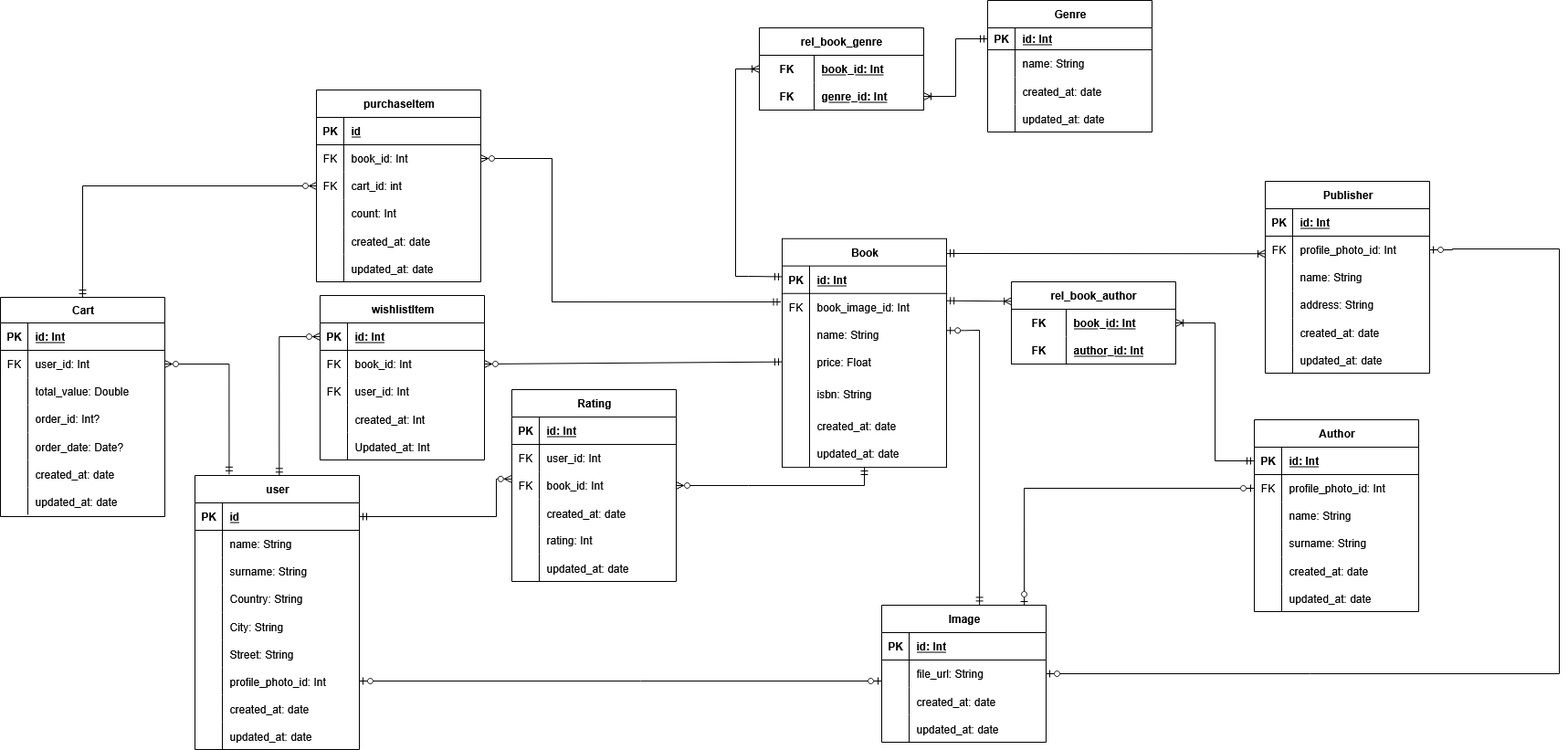
Earlier version of the draw.io export assets/erd.png (Gr-mm56/Bookhub-school-project). Source tidied: cells renumbered, new cells last; positions are measured from the earlier drawing's top-left corner, leaving out a move shared by most shapes.
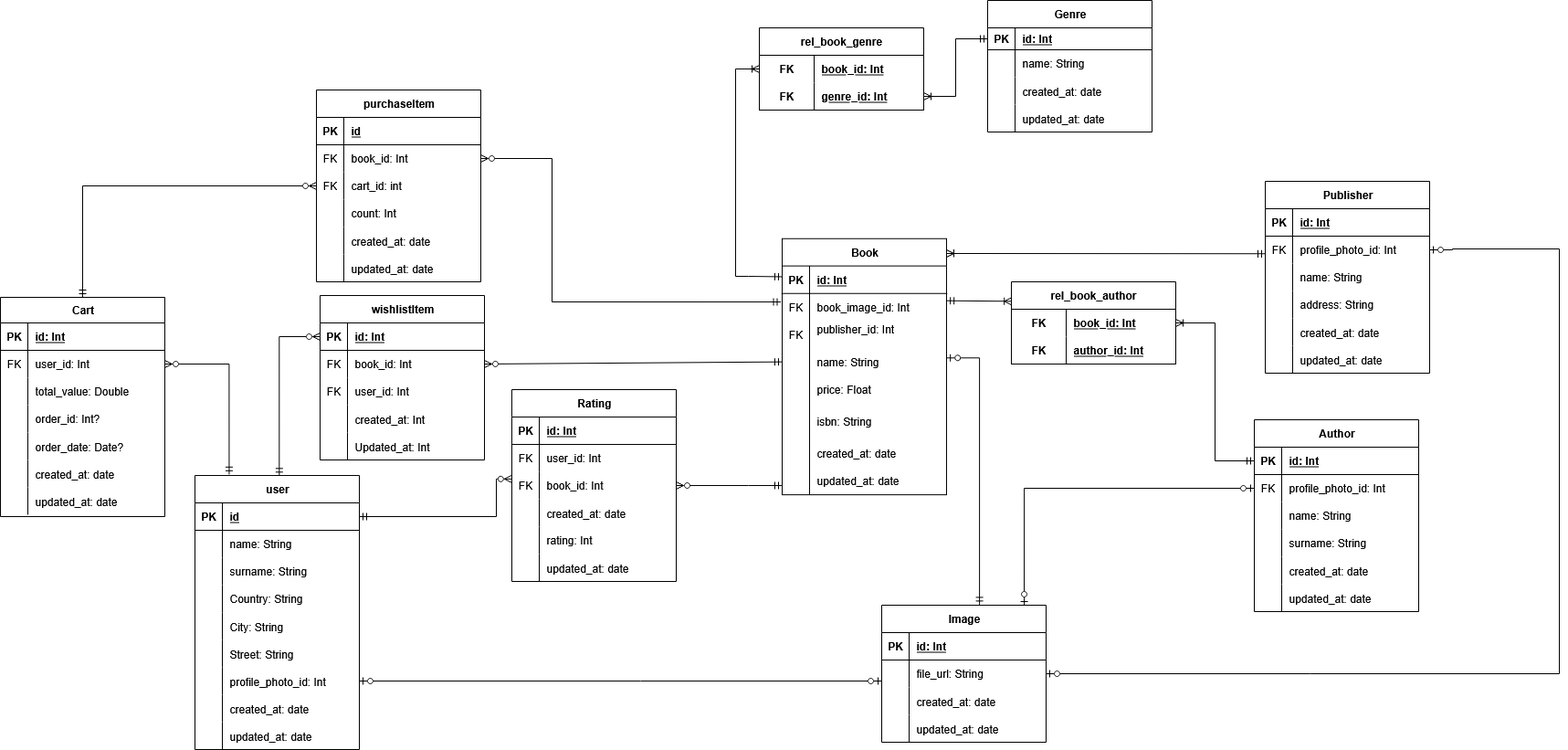
The same file after the commit.

Commit message:
fix: ERD diagram relationship

Change to the diagram source:
```diff
@@ -2,7 +2,7 @@
   <root>
     <mxCell id="0" />
     <mxCell id="1" parent="0" />
-    <mxCell id="2" style="edgeStyle=orthogonalEdgeStyle;rounded=0;orthogonalLoop=1;jettySize=auto;html=1;startArrow=ERmandOne;startFill=0;endArrow=ERoneToMany;endFill=0;entryX=0;entryY=0.5;entryDx=0;entryDy=0;exitX=1;exitY=0.403;exitDx=0;exitDy=0;exitPerimeter=0;" parent="1" edge="1">
+    <mxCell id="2" style="edgeStyle=orthogonalEdgeStyle;rounded=0;orthogonalLoop=1;jettySize=auto;html=1;startArrow=ERoneToMany;startFill=0;endArrow=ERmandOne;endFill=0;entryX=0;entryY=0.5;entryDx=0;entryDy=0;exitX=1;exitY=0.403;exitDx=0;exitDy=0;exitPerimeter=0;" parent="1" edge="1">
       <mxGeometry relative="1" as="geometry">
         <mxPoint x="1036" y="277" as="sourcePoint" />
         <mxPoint x="1385" y="277.3" as="targetPoint" />
@@ -12,7 +12,7 @@
       </mxGeometry>
     </mxCell>
     <mxCell id="3" value="Book" style="shape=table;startSize=30;rowLines=0;fontStyle=1;align=center;html=1;" parent="1" vertex="1">
-      <mxGeometry x="856" y="260.6" width="180" height="250.4" as="geometry" />
+      <mxGeometry x="856" y="260.6" width="180" height="280.4" as="geometry" />
     </mxCell>
     <mxCell id="4" style="shape=tableRow;horizontal=0;startSize=0;swimlaneHead=0;swimlaneBody=0;fillColor=none;points=[[0,0.5],[1,0.5]];portConstraint=eastwest;top=0;left=0;right=0;bottom=1;" parent="3" vertex="1">
       <mxGeometry y="30" width="180" height="30" as="geometry" />
@@ -32,8 +32,17 @@
     <mxCell id="9" value="book_image_id: Int" style="shape=partialRectangle;fillColor=none;top=0;left=0;bottom=0;right=0;align=left;spacingLeft=6;fontStyle=0;overflow=hidden;whiteSpace=wrap;html=1;" parent="7" vertex="1">
       <mxGeometry x="30" width="150" height="30" as="geometry" />
     </mxCell>
+    <mxCell id="222" style="shape=tableRow;horizontal=0;startSize=0;swimlaneHead=0;swimlaneBody=0;fillColor=none;top=0;left=0;right=0;bottom=0;" parent="3" vertex="1">
+      <mxGeometry y="90" width="180" height="30" as="geometry" />
+    </mxCell>
+    <mxCell id="223" value="FK" style="shape=partialRectangle;fillColor=none;top=0;left=0;bottom=0;right=0;fontStyle=0;overflow=hidden;whiteSpace=wrap;html=1;" parent="222" vertex="1">
+      <mxGeometry width="30" height="30" as="geometry" />
+    </mxCell>
+    <mxCell id="224" value="&lt;div&gt;publisher_id: Int&lt;/div&gt;&lt;div&gt;&lt;br&gt;&lt;/div&gt;" style="shape=partialRectangle;fillColor=none;top=0;left=0;bottom=0;right=0;align=left;spacingLeft=6;fontStyle=0;overflow=hidden;whiteSpace=wrap;html=1;" parent="222" vertex="1">
+      <mxGeometry x="30" width="150" height="30" as="geometry" />
+    </mxCell>
     <mxCell id="10" style="shape=tableRow;horizontal=0;startSize=0;swimlaneHead=0;swimlaneBody=0;fillColor=none;points=[[0,0.5],[1,0.5]];portConstraint=eastwest;top=0;left=0;right=0;bottom=0;" parent="3" vertex="1">
-      <mxGeometry y="90" width="180" height="30" as="geometry" />
+      <mxGeometry y="120" width="180" height="30" as="geometry" />
     </mxCell>
     <mxCell id="11" style="shape=partialRectangle;fillColor=none;top=0;left=0;bottom=0;right=0;overflow=hidden;whiteSpace=wrap;html=1;" parent="10" vertex="1">
       <mxGeometry width="30" height="30" as="geometry" />
@@ -42,7 +51,7 @@
       <mxGeometry x="30" width="150" height="30" as="geometry" />
     </mxCell>
     <mxCell id="13" style="shape=tableRow;horizontal=0;startSize=0;swimlaneHead=0;swimlaneBody=0;fillColor=none;points=[[0,0.5],[1,0.5]];portConstraint=eastwest;top=0;left=0;right=0;bottom=0;" parent="3" vertex="1">
-      <mxGeometry y="120" width="180" height="30" as="geometry" />
+      <mxGeometry y="150" width="180" height="30" as="geometry" />
     </mxCell>
     <mxCell id="14" style="shape=partialRectangle;fillColor=none;top=0;left=0;bottom=0;right=0;overflow=hidden;whiteSpace=wrap;html=1;" parent="13" vertex="1">
       <mxGeometry width="30" height="30" as="geometry" />
@@ -51,7 +60,7 @@
       <mxGeometry x="30" width="150" height="30" as="geometry" />
     </mxCell>
     <mxCell id="16" style="shape=tableRow;horizontal=0;startSize=0;swimlaneHead=0;swimlaneBody=0;fillColor=none;top=0;left=0;right=0;bottom=0;" parent="3" vertex="1">
-      <mxGeometry y="150" width="180" height="40" as="geometry" />
+      <mxGeometry y="180" width="180" height="40" as="geometry" />
     </mxCell>
     <mxCell id="17" style="shape=partialRectangle;fillColor=none;top=0;left=0;bottom=0;right=0;overflow=hidden;" parent="16" vertex="1">
       <mxGeometry width="30" height="40" as="geometry" />
@@ -60,7 +69,7 @@
       <mxGeometry x="30" width="150" height="40" as="geometry" />
     </mxCell>
     <mxCell id="19" style="shape=tableRow;horizontal=0;startSize=0;swimlaneHead=0;swimlaneBody=0;fillColor=none;top=0;left=0;right=0;bottom=0;" parent="3" vertex="1">
-      <mxGeometry y="190" width="180" height="30" as="geometry" />
+      <mxGeometry y="220" width="180" height="30" as="geometry" />
     </mxCell>
     <mxCell id="20" style="shape=partialRectangle;fillColor=none;top=0;left=0;bottom=0;right=0;overflow=hidden;" parent="19" vertex="1">
       <mxGeometry width="30" height="30" as="geometry" />
@@ -69,7 +78,7 @@
       <mxGeometry x="30" width="150" height="30" as="geometry" />
     </mxCell>
     <mxCell id="22" style="shape=tableRow;horizontal=0;startSize=0;swimlaneHead=0;swimlaneBody=0;fillColor=none;top=0;left=0;right=0;bottom=0;" parent="3" vertex="1">
-      <mxGeometry y="220" width="180" height="30" as="geometry" />
+      <mxGeometry y="250" width="180" height="30" as="geometry" />
     </mxCell>
     <mxCell id="23" style="shape=partialRectangle;fillColor=none;top=0;left=0;bottom=0;right=0;overflow=hidden;" parent="22" vertex="1">
       <mxGeometry width="30" height="30" as="geometry" />
@@ -577,8 +586,7 @@
     <mxCell id="186" style="edgeStyle=orthogonalEdgeStyle;rounded=0;jettySize=auto;html=1;exitX=1.001;exitY=0.356;exitDx=0;exitDy=0;startArrow=ERzeroToOne;startFill=0;endArrow=ERmandOne;endFill=0;entryX=0.595;entryY=-0.004;entryDx=0;entryDy=0;entryPerimeter=0;exitPerimeter=0;" parent="1" edge="1" source="10" target="172">
       <mxGeometry relative="1" as="geometry">
         <Array as="points">
-          <mxPoint x="1056" y="361" />
-          <mxPoint x="1072" y="361" />
+          <mxPoint x="1072" y="391" />
         </Array>
       </mxGeometry>
     </mxCell>
@@ -710,7 +718,7 @@
     <mxCell id="220" style="edgeStyle=orthogonalEdgeStyle;rounded=0;jettySize=auto;html=1;exitX=1;exitY=0.5;exitDx=0;exitDy=0;entryX=0;entryY=0.5;entryDx=0;entryDy=0;endArrow=ERmandOne;endFill=0;startArrow=ERoneToMany;startFill=0;" parent="1" edge="1" source="213" target="26">
       <mxGeometry relative="1" as="geometry" />
     </mxCell>
-    <mxCell id="221" style="endArrow=ERmandOne;html=1;rounded=0;entryX=0;entryY=0.5;entryDx=0;entryDy=0;exitX=1;exitY=0.5;exitDx=0;exitDy=0;endFill=0;startArrow=ERzeroToMany;startFill=0;" parent="1" edge="1" source="131" target="13">
+    <mxCell id="221" style="endArrow=ERmandOne;html=1;rounded=0;entryX=0;entryY=0.5;entryDx=0;entryDy=0;exitX=1;exitY=0.5;exitDx=0;exitDy=0;endFill=0;startArrow=ERzeroToMany;startFill=0;" parent="1" edge="1" source="131" target="10">
       <mxGeometry relative="1" as="geometry" />
     </mxCell>
   </root>
```
